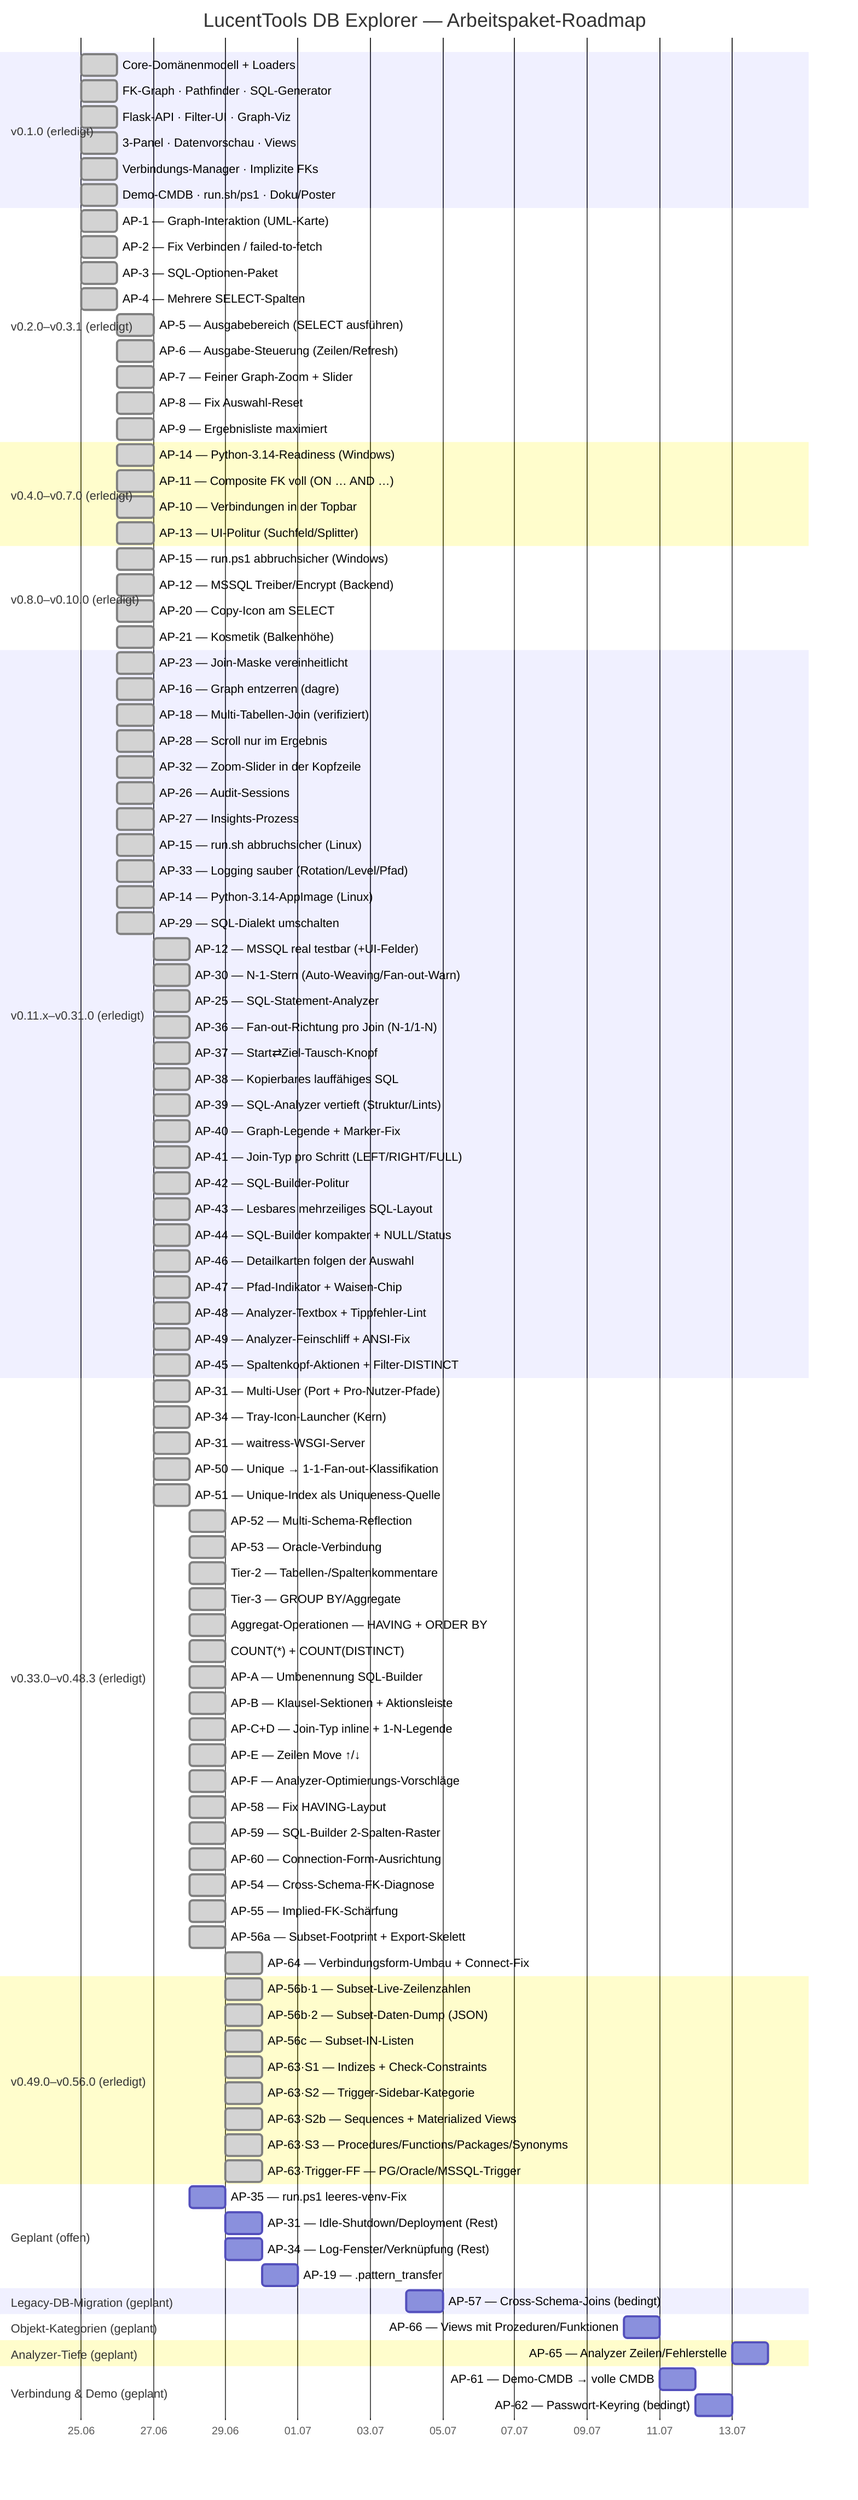
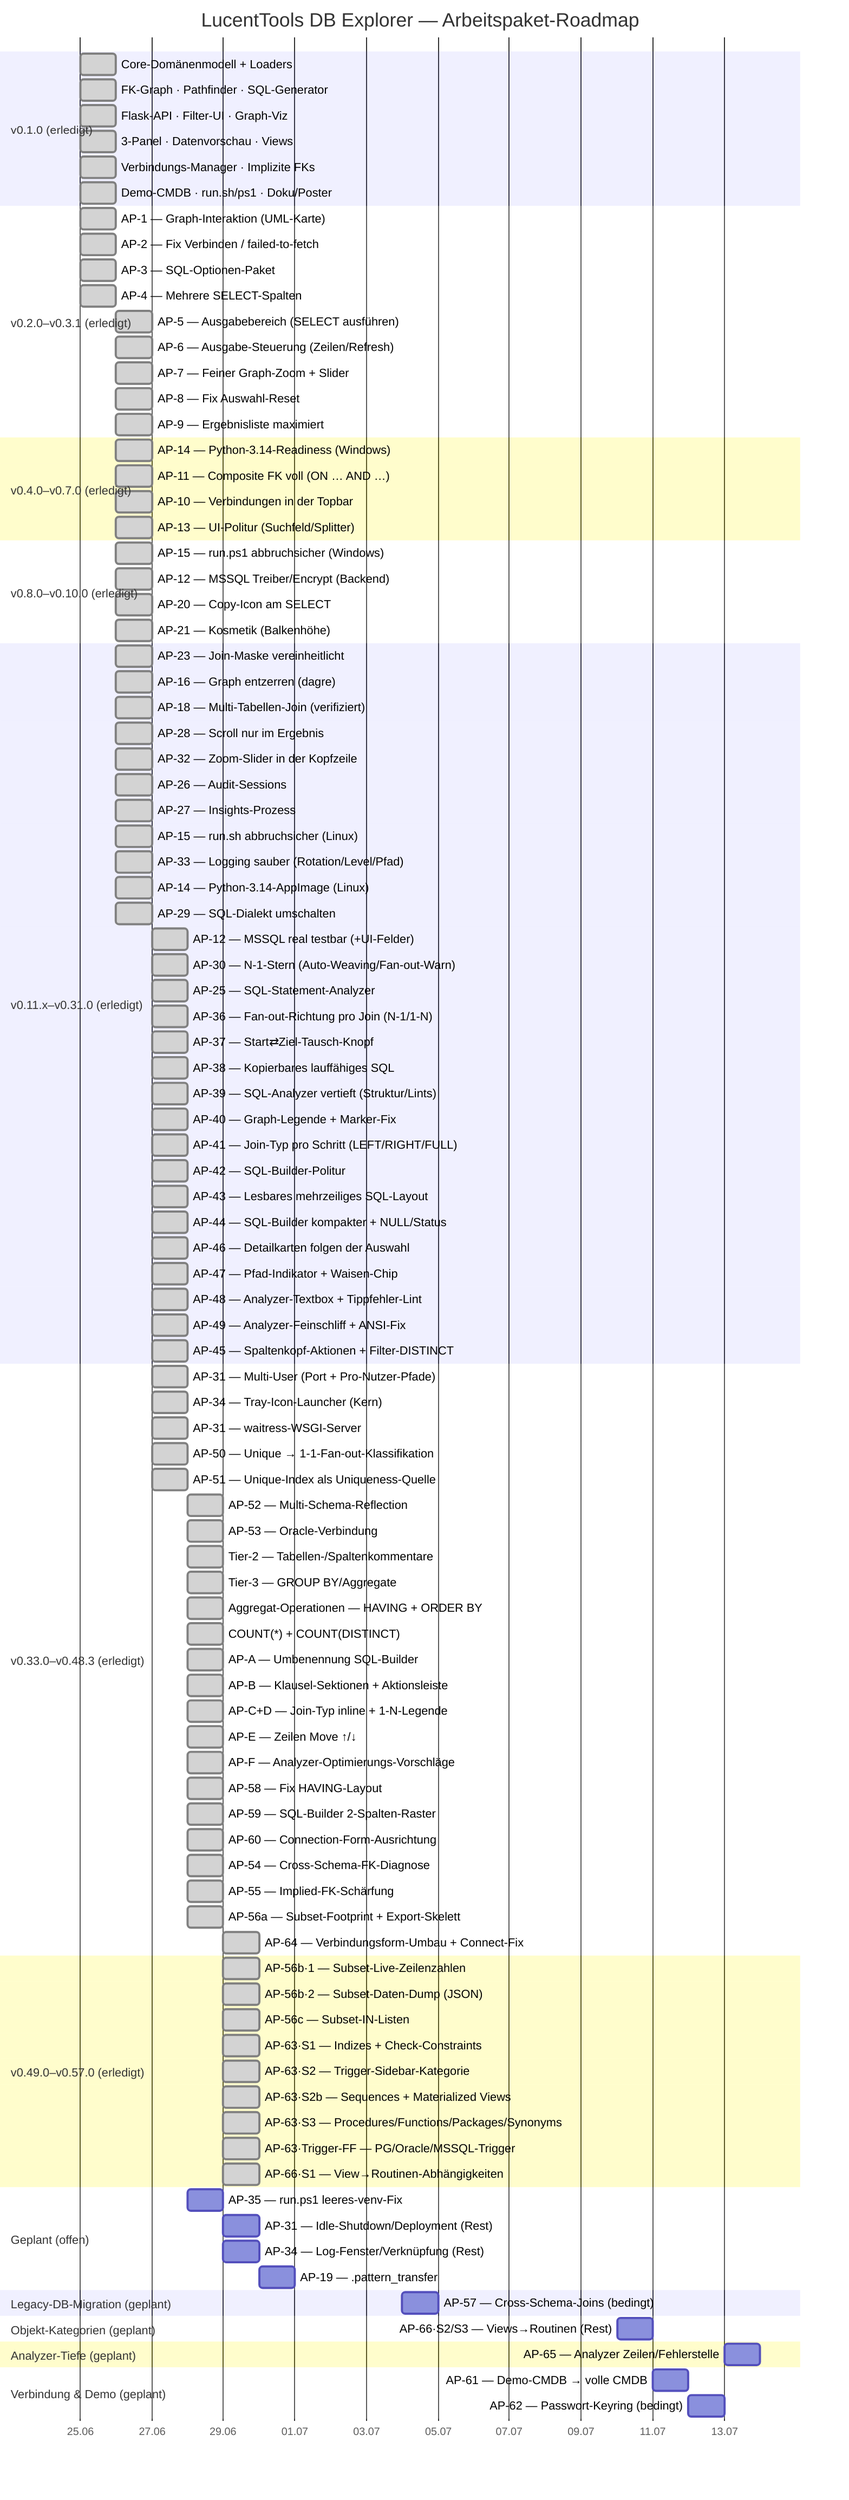
gantt
    title LucentTools DB Explorer — Arbeitspaket-Roadmap
    dateFormat  YYYY-MM-DD
    axisFormat  %d.%m

    section v0.1.0 (erledigt)
    Core-Domänenmodell + Loaders          :done, d1, 2026-06-25, 1d
    FK-Graph · Pathfinder · SQL-Generator :done, d2, 2026-06-25, 1d
    Flask-API · Filter-UI · Graph-Viz     :done, d3, 2026-06-25, 1d
    3-Panel · Datenvorschau · Views       :done, d4, 2026-06-25, 1d
    Verbindungs-Manager · Implizite FKs   :done, d5, 2026-06-25, 1d
    Demo-CMDB · run.sh/ps1 · Doku/Poster  :done, d6, 2026-06-25, 1d

    section v0.2.0–v0.3.1 (erledigt)
    AP-1 — Graph-Interaktion (UML-Karte)        :done, a1, 2026-06-25, 1d
    AP-2 — Fix Verbinden / failed-to-fetch      :done, a2, 2026-06-25, 1d
    AP-3 — SQL-Optionen-Paket                   :done, a3, 2026-06-25, 1d
    AP-4 — Mehrere SELECT-Spalten               :done, a4, 2026-06-25, 1d
    AP-5 — Ausgabebereich (SELECT ausführen)    :done, a5, 2026-06-26, 1d
    AP-6 — Ausgabe-Steuerung (Zeilen/Refresh)   :done, a6, 2026-06-26, 1d
    AP-7 — Feiner Graph-Zoom + Slider           :done, a7, 2026-06-26, 1d
    AP-8 — Fix Auswahl-Reset                    :done, a8, 2026-06-26, 1d
    AP-9 — Ergebnisliste maximiert              :done, a9, 2026-06-26, 1d

    section v0.4.0–v0.7.0 (erledigt)
    AP-14 — Python-3.14-Readiness (Windows)     :done, b1, 2026-06-26, 1d
    AP-11 — Composite FK voll (ON … AND …)      :done, b2, 2026-06-26, 1d
    AP-10 — Verbindungen in der Topbar          :done, b3, 2026-06-26, 1d
    AP-13 — UI-Politur (Suchfeld/Splitter)      :done, b4, 2026-06-26, 1d

    section v0.8.0–v0.10.0 (erledigt)
    AP-15 — run.ps1 abbruchsicher (Windows)     :done, c1, 2026-06-26, 1d
    AP-12 — MSSQL Treiber/Encrypt (Backend)     :done, c2, 2026-06-26, 1d
    AP-20 — Copy-Icon am SELECT                 :done, c3, 2026-06-26, 1d
    AP-21 — Kosmetik (Balkenhöhe)               :done, c4, 2026-06-26, 1d

    section v0.11.x–v0.31.0 (erledigt)
    AP-23 — Join-Maske vereinheitlicht          :done, e1, 2026-06-26, 1d
    AP-16 — Graph entzerren (dagre)             :done, e2, 2026-06-26, 1d
    AP-18 — Multi-Tabellen-Join (verifiziert)   :done, e3, 2026-06-26, 1d
    AP-28 — Scroll nur im Ergebnis              :done, e4, 2026-06-26, 1d
    AP-32 — Zoom-Slider in der Kopfzeile        :done, e5, 2026-06-26, 1d
    AP-26 — Audit-Sessions                      :done, e6, 2026-06-26, 1d
    AP-27 — Insights-Prozess                    :done, e7, 2026-06-26, 1d
    AP-15 — run.sh abbruchsicher (Linux)        :done, e8, 2026-06-26, 1d
    AP-33 — Logging sauber (Rotation/Level/Pfad) :done, e9, 2026-06-26, 1d
    AP-14 — Python-3.14-AppImage (Linux)         :done, e10, 2026-06-26, 1d
    AP-29 — SQL-Dialekt umschalten               :done, e11, 2026-06-26, 1d
    AP-12 — MSSQL real testbar (+UI-Felder)      :done, e12, 2026-06-27, 1d
    AP-30 — N-1-Stern (Auto-Weaving/Fan-out-Warn) :done, e13, 2026-06-27, 1d
    AP-25 — SQL-Statement-Analyzer               :done, e14, 2026-06-27, 1d
    AP-36 — Fan-out-Richtung pro Join (N-1/1-N)  :done, e15, 2026-06-27, 1d
    AP-37 — Start⇄Ziel-Tausch-Knopf              :done, e16, 2026-06-27, 1d
    AP-38 — Kopierbares lauffähiges SQL          :done, e17, 2026-06-27, 1d
    AP-39 — SQL-Analyzer vertieft (Struktur/Lints) :done, e18, 2026-06-27, 1d
    AP-40 — Graph-Legende + Marker-Fix           :done, e19, 2026-06-27, 1d
    AP-41 — Join-Typ pro Schritt (LEFT/RIGHT/FULL) :done, e20, 2026-06-27, 1d
    AP-42 — SQL-Builder-Politur                 :done, e21, 2026-06-27, 1d
    AP-43 — Lesbares mehrzeiliges SQL-Layout      :done, e22, 2026-06-27, 1d
    AP-44 — SQL-Builder kompakter + NULL/Status :done, e23, 2026-06-27, 1d
    AP-46 — Detailkarten folgen der Auswahl       :done, e24, 2026-06-27, 1d
    AP-47 — Pfad-Indikator + Waisen-Chip         :done, e25, 2026-06-27, 1d
    AP-48 — Analyzer-Textbox + Tippfehler-Lint   :done, e26, 2026-06-27, 1d
    AP-49 — Analyzer-Feinschliff + ANSI-Fix       :done, e27, 2026-06-27, 1d
    AP-45 — Spaltenkopf-Aktionen + Filter-DISTINCT :done, e28, 2026-06-27, 1d

    section v0.33.0–v0.48.3 (erledigt)
    AP-31 — Multi-User (Port + Pro-Nutzer-Pfade) :done, f1, 2026-06-27, 1d
    AP-34 — Tray-Icon-Launcher (Kern)            :done, f2, 2026-06-27, 1d
    AP-31 — waitress-WSGI-Server                 :done, f3, 2026-06-27, 1d
    AP-50 — Unique → 1-1-Fan-out-Klassifikation  :done, f4, 2026-06-27, 1d
    AP-51 — Unique-Index als Uniqueness-Quelle   :done, f5, 2026-06-27, 1d
    AP-52 — Multi-Schema-Reflection              :done, f6, 2026-06-28, 1d
    AP-53 — Oracle-Verbindung                    :done, f7, 2026-06-28, 1d
    Tier-2 — Tabellen-/Spaltenkommentare         :done, f8, 2026-06-28, 1d
    Tier-3 — GROUP BY/Aggregate                  :done, f9, 2026-06-28, 1d
    Aggregat-Operationen — HAVING + ORDER BY     :done, f10, 2026-06-28, 1d
    COUNT(*) + COUNT(DISTINCT)                   :done, f11, 2026-06-28, 1d
    AP-A — Umbenennung SQL-Builder               :done, f12, 2026-06-28, 1d
    AP-B — Klausel-Sektionen + Aktionsleiste     :done, f13, 2026-06-28, 1d
    AP-C+D — Join-Typ inline + 1-N-Legende       :done, f14, 2026-06-28, 1d
    AP-E — Zeilen Move ↑/↓                        :done, f15, 2026-06-28, 1d
    AP-F — Analyzer-Optimierungs-Vorschläge      :done, f16, 2026-06-28, 1d
    AP-58 — Fix HAVING-Layout                    :done, f17, 2026-06-28, 1d
    AP-59 — SQL-Builder 2-Spalten-Raster        :done, f18, 2026-06-28, 1d
    AP-60 — Connection-Form-Ausrichtung         :done, f19, 2026-06-28, 1d
    AP-54 — Cross-Schema-FK-Diagnose            :done, f20, 2026-06-28, 1d
    AP-55 — Implied-FK-Schärfung                :done, f21, 2026-06-28, 1d
    AP-56a — Subset-Footprint + Export-Skelett   :done, f22, 2026-06-28, 1d
    AP-64 — Verbindungsform-Umbau + Connect-Fix  :done, f23, 2026-06-29, 1d

-     section v0.49.0–v0.56.0 (erledigt)
+     section v0.49.0–v0.57.0 (erledigt)
    AP-56b·1 — Subset-Live-Zeilenzahlen         :done, f24, 2026-06-29, 1d
    AP-56b·2 — Subset-Daten-Dump (JSON)         :done, f25, 2026-06-29, 1d
    AP-56c — Subset-IN-Listen                   :done, f26, 2026-06-29, 1d
    AP-63·S1 — Indizes + Check-Constraints      :done, f27, 2026-06-29, 1d
    AP-63·S2 — Trigger-Sidebar-Kategorie        :done, f28, 2026-06-29, 1d
    AP-63·S2b — Sequences + Materialized Views  :done, f29, 2026-06-29, 1d
    AP-63·S3 — Procedures/Functions/Packages/Synonyms :done, f30, 2026-06-29, 1d
    AP-63·Trigger-FF — PG/Oracle/MSSQL-Trigger  :done, f31, 2026-06-29, 1d
+     AP-66·S1 — View→Routinen-Abhängigkeiten     :done, f32, 2026-06-29, 1d

    section Geplant (offen)
    AP-35 — run.ps1 leeres-venv-Fix             :p3, 2026-06-28, 1d
    AP-31 — Idle-Shutdown/Deployment (Rest)     :p5, 2026-06-29, 1d
    AP-34 — Log-Fenster/Verknüpfung (Rest)      :p6, 2026-06-29, 1d
    AP-19 — .pattern_transfer                   :p11, 2026-06-30, 1d

    section Legacy-DB-Migration (geplant)
    AP-57 — Cross-Schema-Joins (bedingt)        :p23, 2026-07-04, 1d

    section Objekt-Kategorien (geplant)
-     AP-66 — Views mit Prozeduren/Funktionen     :p33, 2026-07-10, 1d
+     AP-66·S2/S3 — Views→Routinen (Rest)         :p33, 2026-07-10, 1d

    section Analyzer-Tiefe (geplant)
    AP-65 — Analyzer Zeilen/Fehlerstelle        :p35, 2026-07-13, 1d

    section Verbindung & Demo (geplant)
    AP-61 — Demo-CMDB → volle CMDB              :p41, 2026-07-11, 1d
    AP-62 — Passwort-Keyring (bedingt)          :p42, 2026-07-12, 1d
